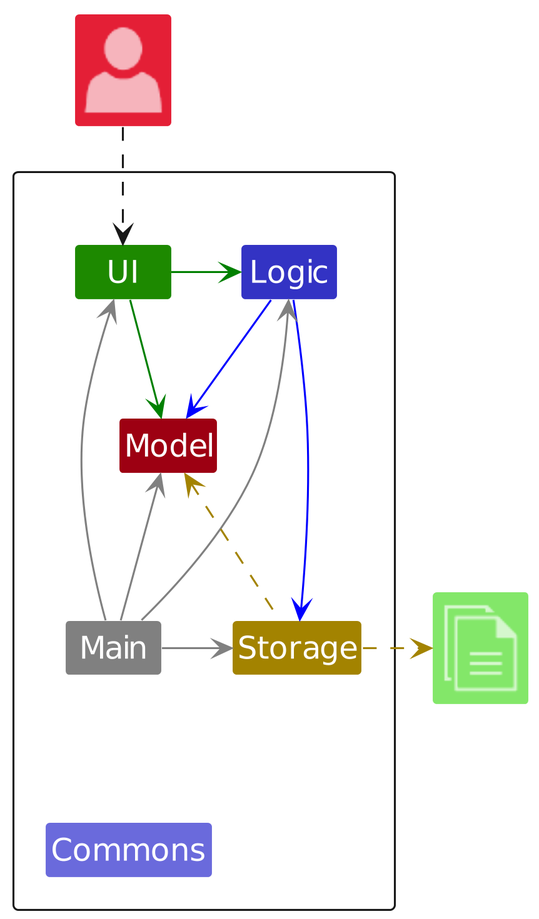
AY2526S2-CS2103T-F14-1/tp keeps this PlantUML diagram as diagrams/ArchitectureDiagram.png. Above is the earlier version. Its source is kept beside it as diagrams/ArchitectureDiagram.puml.
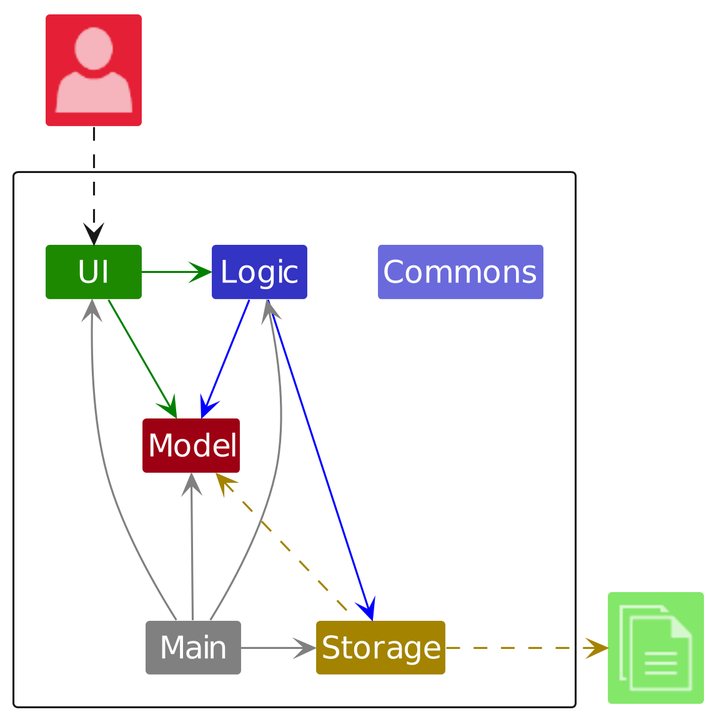
After the commit.

The edit, as a diff of the source:
```diff
@@ -25,7 +25,8 @@
 Main -[#grey]--> Logic
 Main -[#grey]> Storage
 Main -up[#grey]-> Model
-Main -down[hidden]-> Commons
+
+Logic -right[hidden]-> Commons
 
 Storage .up[STORAGE_COLOR].> Model
 Storage .right[STORAGE_COLOR].>File
```
